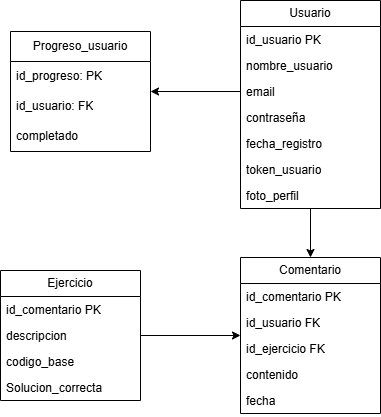
This is Base_Datos/UML/BD_DS.png from Gabriel-Uraza611/ProyectoDesarrolloDeSoftware1, a draw.io export, as it was before one commit. Source tidied: cells renumbered, new cells last; positions are measured from the earlier drawing's top-left corner, leaving out a move shared by most shapes. Its diagram source:
```xml
<mxGraphModel>
  <root>
    <mxCell id="0" />
    <mxCell id="1" parent="0" />
    <mxCell id="2" style="edgeStyle=orthogonalEdgeStyle;rounded=0;jettySize=auto;html=1;" parent="1" edge="1" source="3" target="22">
      <mxGeometry relative="1" as="geometry" />
    </mxCell>
    <mxCell id="3" value="Usuario" style="swimlane;fontStyle=0;horizontal=1;startSize=26;fillColor=none;whiteSpace=wrap;html=1;" parent="1" vertex="1">
      <mxGeometry x="240" width="140" height="208" as="geometry" />
    </mxCell>
    <mxCell id="4" value="id_usuario PK" style="text;strokeColor=none;fillColor=none;align=left;verticalAlign=top;spacingLeft=4;spacingRight=4;overflow=hidden;whiteSpace=wrap;html=1;" parent="3" vertex="1">
      <mxGeometry y="26" width="140" height="26" as="geometry" />
    </mxCell>
    <mxCell id="5" value="nombre_usuario" style="text;strokeColor=none;fillColor=none;align=left;verticalAlign=top;spacingLeft=4;spacingRight=4;overflow=hidden;whiteSpace=wrap;html=1;" parent="3" vertex="1">
      <mxGeometry y="52" width="140" height="26" as="geometry" />
    </mxCell>
    <mxCell id="6" value="email" style="text;strokeColor=none;fillColor=none;align=left;verticalAlign=top;spacingLeft=4;spacingRight=4;overflow=hidden;points=[[0,0.5],[1,0.5]];portConstraint=eastwest;whiteSpace=wrap;html=1;" parent="3" vertex="1">
      <mxGeometry y="78" width="140" height="26" as="geometry" />
    </mxCell>
    <mxCell id="7" value="contraseña" style="text;strokeColor=none;fillColor=none;align=left;verticalAlign=top;spacingLeft=4;spacingRight=4;overflow=hidden;whiteSpace=wrap;html=1;" parent="3" vertex="1">
      <mxGeometry y="104" width="140" height="26" as="geometry" />
    </mxCell>
    <mxCell id="8" value="fecha_registro" style="text;strokeColor=none;fillColor=none;align=left;verticalAlign=top;spacingLeft=4;spacingRight=4;overflow=hidden;whiteSpace=wrap;html=1;" parent="3" vertex="1">
      <mxGeometry y="130" width="140" height="26" as="geometry" />
    </mxCell>
    <mxCell id="9" value="token_usuario" style="text;strokeColor=none;fillColor=none;align=left;verticalAlign=top;spacingLeft=4;spacingRight=4;overflow=hidden;whiteSpace=wrap;html=1;" parent="3" vertex="1">
      <mxGeometry y="156" width="140" height="26" as="geometry" />
    </mxCell>
    <mxCell id="10" value="foto_perfil" style="text;strokeColor=none;fillColor=none;align=left;verticalAlign=top;spacingLeft=4;spacingRight=4;overflow=hidden;whiteSpace=wrap;html=1;" parent="3" vertex="1">
      <mxGeometry y="182" width="140" height="26" as="geometry" />
    </mxCell>
    <mxCell id="11" value="Progreso_usuario" style="swimlane;fontStyle=0;horizontal=1;startSize=30;whiteSpace=wrap;html=1;" parent="1" vertex="1">
      <mxGeometry x="10" y="31" width="140" height="120" as="geometry" />
    </mxCell>
    <mxCell id="12" value="id_progreso: PK" style="text;strokeColor=none;fillColor=none;align=left;verticalAlign=middle;spacingLeft=4;spacingRight=4;overflow=hidden;whiteSpace=wrap;html=1;" parent="11" vertex="1">
      <mxGeometry y="30" width="140" height="30" as="geometry" />
    </mxCell>
    <mxCell id="13" value="id_usuario: FK" style="text;strokeColor=none;fillColor=none;align=left;verticalAlign=middle;spacingLeft=4;spacingRight=4;overflow=hidden;whiteSpace=wrap;html=1;" parent="11" vertex="1">
      <mxGeometry y="60" width="140" height="30" as="geometry" />
    </mxCell>
    <mxCell id="14" value="completado" style="text;strokeColor=none;fillColor=none;align=left;verticalAlign=middle;spacingLeft=4;spacingRight=4;overflow=hidden;whiteSpace=wrap;html=1;" parent="11" vertex="1">
      <mxGeometry y="90" width="140" height="30" as="geometry" />
    </mxCell>
    <mxCell id="15" style="edgeStyle=orthogonalEdgeStyle;rounded=0;jettySize=auto;html=1;" parent="1" edge="1" source="16" target="22">
      <mxGeometry relative="1" as="geometry" />
    </mxCell>
    <mxCell id="16" value="Ejercicio" style="swimlane;fontStyle=0;horizontal=1;startSize=26;fillColor=none;whiteSpace=wrap;html=1;" parent="1" vertex="1">
      <mxGeometry y="270" width="140" height="130" as="geometry" />
    </mxCell>
    <mxCell id="17" value="id_comentario PK" style="text;strokeColor=none;fillColor=none;align=left;verticalAlign=top;spacingLeft=4;spacingRight=4;overflow=hidden;whiteSpace=wrap;html=1;" parent="16" vertex="1">
      <mxGeometry y="26" width="140" height="26" as="geometry" />
    </mxCell>
    <mxCell id="18" value="descripcion" style="text;strokeColor=none;fillColor=none;align=left;verticalAlign=top;spacingLeft=4;spacingRight=4;overflow=hidden;whiteSpace=wrap;html=1;" parent="16" vertex="1">
      <mxGeometry y="52" width="140" height="26" as="geometry" />
    </mxCell>
    <mxCell id="19" value="codigo_base" style="text;strokeColor=none;fillColor=none;align=left;verticalAlign=top;spacingLeft=4;spacingRight=4;overflow=hidden;whiteSpace=wrap;html=1;" parent="16" vertex="1">
      <mxGeometry y="78" width="140" height="26" as="geometry" />
    </mxCell>
    <mxCell id="20" value="Solucion_correcta" style="text;strokeColor=none;fillColor=none;align=left;verticalAlign=top;spacingLeft=4;spacingRight=4;overflow=hidden;whiteSpace=wrap;html=1;" parent="16" vertex="1">
      <mxGeometry y="104" width="140" height="26" as="geometry" />
    </mxCell>
    <mxCell id="21" style="edgeStyle=orthogonalEdgeStyle;rounded=0;jettySize=auto;html=1;exitX=0;exitY=0.5;exitDx=0;exitDy=0;" parent="1" edge="1" source="6" target="11">
      <mxGeometry relative="1" as="geometry" />
    </mxCell>
    <mxCell id="22" value="Comentario" style="swimlane;fontStyle=0;horizontal=1;startSize=26;fillColor=none;whiteSpace=wrap;html=1;" parent="1" vertex="1">
      <mxGeometry x="240" y="257" width="140" height="156" as="geometry" />
    </mxCell>
    <mxCell id="23" value="id_comentario PK" style="text;strokeColor=none;fillColor=none;align=left;verticalAlign=top;spacingLeft=4;spacingRight=4;overflow=hidden;whiteSpace=wrap;html=1;" parent="22" vertex="1">
      <mxGeometry y="26" width="140" height="26" as="geometry" />
    </mxCell>
    <mxCell id="24" value="id_usuario FK" style="text;strokeColor=none;fillColor=none;align=left;verticalAlign=top;spacingLeft=4;spacingRight=4;overflow=hidden;whiteSpace=wrap;html=1;" parent="22" vertex="1">
      <mxGeometry y="52" width="140" height="26" as="geometry" />
    </mxCell>
    <mxCell id="25" value="id_ejercicio FK" style="text;strokeColor=none;fillColor=none;align=left;verticalAlign=top;spacingLeft=4;spacingRight=4;overflow=hidden;whiteSpace=wrap;html=1;" parent="22" vertex="1">
      <mxGeometry y="78" width="140" height="26" as="geometry" />
    </mxCell>
    <mxCell id="26" value="contenido" style="text;strokeColor=none;fillColor=none;align=left;verticalAlign=top;spacingLeft=4;spacingRight=4;overflow=hidden;whiteSpace=wrap;html=1;" parent="22" vertex="1">
      <mxGeometry y="104" width="140" height="26" as="geometry" />
    </mxCell>
    <mxCell id="27" value="fecha" style="text;strokeColor=none;fillColor=none;align=left;verticalAlign=top;spacingLeft=4;spacingRight=4;overflow=hidden;whiteSpace=wrap;html=1;" parent="22" vertex="1">
      <mxGeometry y="130" width="140" height="26" as="geometry" />
    </mxCell>
  </root>
</mxGraphModel>
```
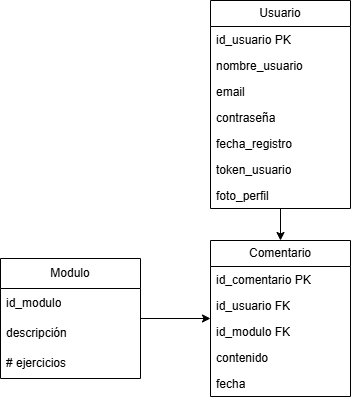
After the change.

Commit message:
ajustes a los UML y tablas de la base de BaseDatos

What changed in the source:
```diff
@@ -2,7 +2,7 @@
   <root>
     <mxCell id="0" />
     <mxCell id="1" parent="0" />
-    <mxCell id="2" style="edgeStyle=orthogonalEdgeStyle;rounded=0;jettySize=auto;html=1;" parent="1" edge="1" source="3" target="22">
+    <mxCell id="2" style="edgeStyle=orthogonalEdgeStyle;rounded=0;jettySize=auto;html=1;entryX=0.5;entryY=0;entryDx=0;entryDy=0;" parent="1" edge="1" source="3" target="22">
       <mxGeometry relative="1" as="geometry" />
     </mxCell>
     <mxCell id="3" value="Usuario" style="swimlane;fontStyle=0;horizontal=1;startSize=26;fillColor=none;whiteSpace=wrap;html=1;" parent="1" vertex="1">
@@ -29,41 +29,23 @@
     <mxCell id="10" value="foto_perfil" style="text;strokeColor=none;fillColor=none;align=left;verticalAlign=top;spacingLeft=4;spacingRight=4;overflow=hidden;whiteSpace=wrap;html=1;" parent="3" vertex="1">
       <mxGeometry y="182" width="140" height="26" as="geometry" />
     </mxCell>
+    <mxCell id="28" style="edgeStyle=orthogonalEdgeStyle;rounded=0;jettySize=auto;html=1;" parent="1" edge="1" source="11" target="22">
+      <mxGeometry relative="1" as="geometry" />
+    </mxCell>
-    <mxCell id="11" value="Progreso_usuario" style="swimlane;fontStyle=0;horizontal=1;startSize=30;whiteSpace=wrap;html=1;" parent="1" vertex="1">
-      <mxGeometry x="10" y="31" width="140" height="120" as="geometry" />
+    <mxCell id="11" value="Modulo" style="swimlane;fontStyle=0;horizontal=1;startSize=30;whiteSpace=wrap;html=1;" parent="1" vertex="1">
+      <mxGeometry x="30" y="258" width="140" height="120" as="geometry" />
     </mxCell>
-    <mxCell id="12" value="id_progreso: PK" style="text;strokeColor=none;fillColor=none;align=left;verticalAlign=middle;spacingLeft=4;spacingRight=4;overflow=hidden;whiteSpace=wrap;html=1;" parent="11" vertex="1">
+    <mxCell id="12" value="id_modulo" style="text;strokeColor=none;fillColor=none;align=left;verticalAlign=middle;spacingLeft=4;spacingRight=4;overflow=hidden;whiteSpace=wrap;html=1;" parent="11" vertex="1">
       <mxGeometry y="30" width="140" height="30" as="geometry" />
     </mxCell>
-    <mxCell id="13" value="id_usuario: FK" style="text;strokeColor=none;fillColor=none;align=left;verticalAlign=middle;spacingLeft=4;spacingRight=4;overflow=hidden;whiteSpace=wrap;html=1;" parent="11" vertex="1">
+    <mxCell id="13" value="descripción" style="text;strokeColor=none;fillColor=none;align=left;verticalAlign=middle;spacingLeft=4;spacingRight=4;overflow=hidden;whiteSpace=wrap;html=1;" parent="11" vertex="1">
       <mxGeometry y="60" width="140" height="30" as="geometry" />
     </mxCell>
-    <mxCell id="14" value="completado" style="text;strokeColor=none;fillColor=none;align=left;verticalAlign=middle;spacingLeft=4;spacingRight=4;overflow=hidden;whiteSpace=wrap;html=1;" parent="11" vertex="1">
+    <mxCell id="14" value="# ejercicios" style="text;strokeColor=none;fillColor=none;align=left;verticalAlign=middle;spacingLeft=4;spacingRight=4;overflow=hidden;whiteSpace=wrap;html=1;" parent="11" vertex="1">
       <mxGeometry y="90" width="140" height="30" as="geometry" />
     </mxCell>
-    <mxCell id="15" style="edgeStyle=orthogonalEdgeStyle;rounded=0;jettySize=auto;html=1;" parent="1" edge="1" source="16" target="22">
-      <mxGeometry relative="1" as="geometry" />
-    </mxCell>
-    <mxCell id="16" value="Ejercicio" style="swimlane;fontStyle=0;horizontal=1;startSize=26;fillColor=none;whiteSpace=wrap;html=1;" parent="1" vertex="1">
-      <mxGeometry y="270" width="140" height="130" as="geometry" />
-    </mxCell>
-    <mxCell id="17" value="id_comentario PK" style="text;strokeColor=none;fillColor=none;align=left;verticalAlign=top;spacingLeft=4;spacingRight=4;overflow=hidden;whiteSpace=wrap;html=1;" parent="16" vertex="1">
-      <mxGeometry y="26" width="140" height="26" as="geometry" />
-    </mxCell>
-    <mxCell id="18" value="descripcion" style="text;strokeColor=none;fillColor=none;align=left;verticalAlign=top;spacingLeft=4;spacingRight=4;overflow=hidden;whiteSpace=wrap;html=1;" parent="16" vertex="1">
-      <mxGeometry y="52" width="140" height="26" as="geometry" />
-    </mxCell>
-    <mxCell id="19" value="codigo_base" style="text;strokeColor=none;fillColor=none;align=left;verticalAlign=top;spacingLeft=4;spacingRight=4;overflow=hidden;whiteSpace=wrap;html=1;" parent="16" vertex="1">
-      <mxGeometry y="78" width="140" height="26" as="geometry" />
-    </mxCell>
-    <mxCell id="20" value="Solucion_correcta" style="text;strokeColor=none;fillColor=none;align=left;verticalAlign=top;spacingLeft=4;spacingRight=4;overflow=hidden;whiteSpace=wrap;html=1;" parent="16" vertex="1">
-      <mxGeometry y="104" width="140" height="26" as="geometry" />
-    </mxCell>
-    <mxCell id="21" style="edgeStyle=orthogonalEdgeStyle;rounded=0;jettySize=auto;html=1;exitX=0;exitY=0.5;exitDx=0;exitDy=0;" parent="1" edge="1" source="6" target="11">
-      <mxGeometry relative="1" as="geometry" />
-    </mxCell>
     <mxCell id="22" value="Comentario" style="swimlane;fontStyle=0;horizontal=1;startSize=26;fillColor=none;whiteSpace=wrap;html=1;" parent="1" vertex="1">
-      <mxGeometry x="240" y="257" width="140" height="156" as="geometry" />
+      <mxGeometry x="240" y="240" width="140" height="156" as="geometry" />
     </mxCell>
     <mxCell id="23" value="id_comentario PK" style="text;strokeColor=none;fillColor=none;align=left;verticalAlign=top;spacingLeft=4;spacingRight=4;overflow=hidden;whiteSpace=wrap;html=1;" parent="22" vertex="1">
       <mxGeometry y="26" width="140" height="26" as="geometry" />
@@ -71,7 +53,7 @@
     <mxCell id="24" value="id_usuario FK" style="text;strokeColor=none;fillColor=none;align=left;verticalAlign=top;spacingLeft=4;spacingRight=4;overflow=hidden;whiteSpace=wrap;html=1;" parent="22" vertex="1">
       <mxGeometry y="52" width="140" height="26" as="geometry" />
     </mxCell>
-    <mxCell id="25" value="id_ejercicio FK" style="text;strokeColor=none;fillColor=none;align=left;verticalAlign=top;spacingLeft=4;spacingRight=4;overflow=hidden;whiteSpace=wrap;html=1;" parent="22" vertex="1">
+    <mxCell id="25" value="id_modulo FK" style="text;strokeColor=none;fillColor=none;align=left;verticalAlign=top;spacingLeft=4;spacingRight=4;overflow=hidden;whiteSpace=wrap;html=1;" parent="22" vertex="1">
       <mxGeometry y="78" width="140" height="26" as="geometry" />
     </mxCell>
     <mxCell id="26" value="contenido" style="text;strokeColor=none;fillColor=none;align=left;verticalAlign=top;spacingLeft=4;spacingRight=4;overflow=hidden;whiteSpace=wrap;html=1;" parent="22" vertex="1">
```
